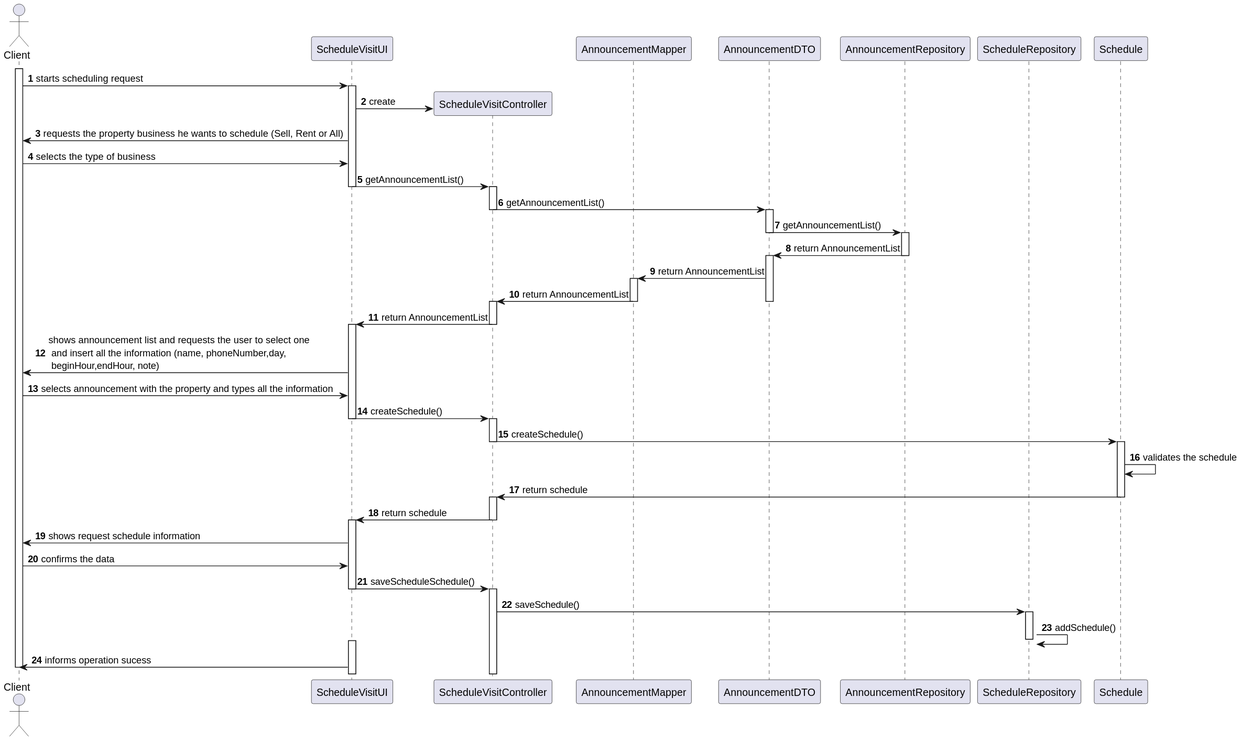
tiagohcorreia/LAPR2 keeps this PlantUML diagram as docs/sprintD/US009/03.design/svg/SD.svg. Above is the earlier version.
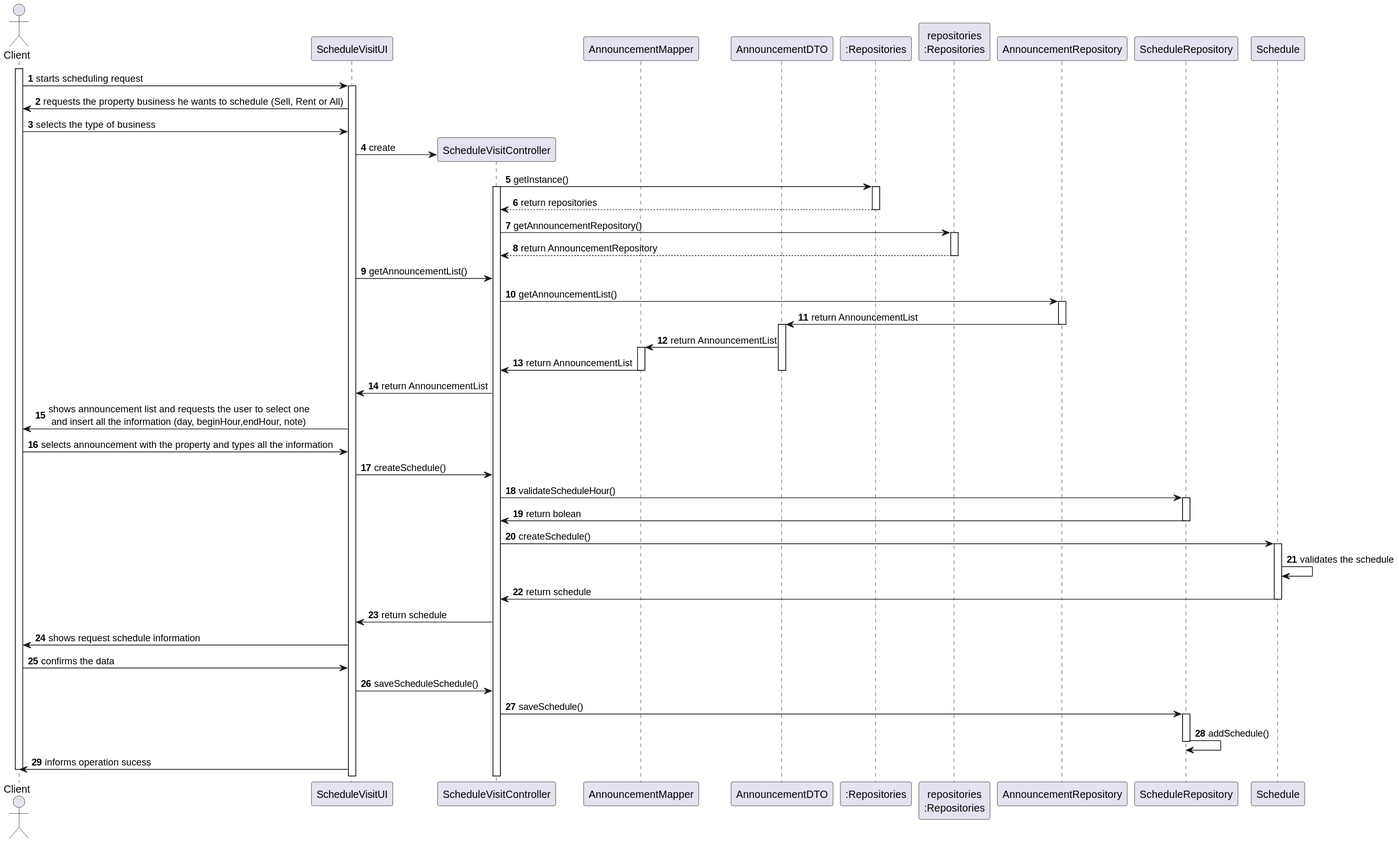
The same diagram one commit later.

Change to the diagram source:
```diff
@@ -6,6 +6,8 @@
 participant ScheduleVisitController as ctrl
 participant AnnouncementMapper as mapper
 participant AnnouncementDTO
+participant ":Repositories" as RepositorySingleton
+participant "repositories\n:Repositories" as rep
 participant AnnouncementRepository
 participant ScheduleRepository
 participant Schedule as schedule
@@ -18,28 +20,30 @@
 
 activate ui
 
-ui -> ctrl** : create
+
 
 ui-> client: requests the property business he wants to schedule (Sell, Rent or All)
 client->ui: selects the type of business
 
+ui -> ctrl** : create
+ctrl -> RepositorySingleton: getInstance()
+activate ctrl
+activate RepositorySingleton
+RepositorySingleton --> ctrl: return repositories
+deactivate RepositorySingleton
+
+ctrl-> rep: getAnnouncementRepository()
+activate rep
+rep-->ctrl: return AnnouncementRepository
+deactivate rep
+
+
 ui -> ctrl: getAnnouncementList()
 
-deactivate ui
-
-activate ctrl
-
-ctrl -> AnnouncementDTO: getAnnouncementList()
-
-deactivate ctrl
-
-activate AnnouncementDTO
-
-AnnouncementDTO -> AnnouncementRepository: getAnnouncementList()
-
-deactivate AnnouncementDTO
+ctrl -> AnnouncementRepository: getAnnouncementList()
 
 activate AnnouncementRepository
+
 
 AnnouncementRepository -> AnnouncementDTO: return AnnouncementList
 
@@ -54,27 +58,24 @@
 
 deactivate AnnouncementDTO
 
-activate ctrl
+
 
 ctrl -> ui: return AnnouncementList
 
-deactivate ctrl
 
-activate ui
-
-ui -> client: shows announcement list and requests the user to select one\n and insert all the information (name, phoneNumber,day,\n beginHour,endHour, note)
+ui -> client: shows announcement list and requests the user to select one\n and insert all the information (day, beginHour,endHour, note)
 
 client -> ui: selects announcement with the property and types all the information
 
 ui -> ctrl: createSchedule()
 
-deactivate ui
+ctrl -> ScheduleRepository: validateScheduleHour()
 
-activate ctrl
-
+activate ScheduleRepository
+ScheduleRepository->ctrl: return bolean
+deactivate ScheduleRepository
 ctrl -> schedule: createSchedule()
 
-deactivate ctrl
 
 activate schedule
 
@@ -84,23 +85,15 @@
 
 deactivate schedule
 
-activate ctrl
 
 ctrl -> ui: return schedule
 
-deactivate ctrl
-
-activate ui
 
 ui -> client: shows request schedule information
 
 client -> ui: confirms the data
 
 ui -> ctrl: saveScheduleSchedule()
-
-deactivate ui
-
-activate ctrl
 
 ctrl -> ScheduleRepository: saveSchedule()
 activate ScheduleRepository
@@ -110,7 +103,6 @@
 deactivate ScheduleRepository
 
 
-activate ui
 
 ui -> client: informs operation sucess
 
```
